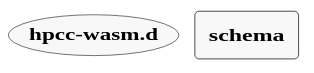
Earlier version of the PlantUML export dist/arkit.svg (dyatko/arkit).
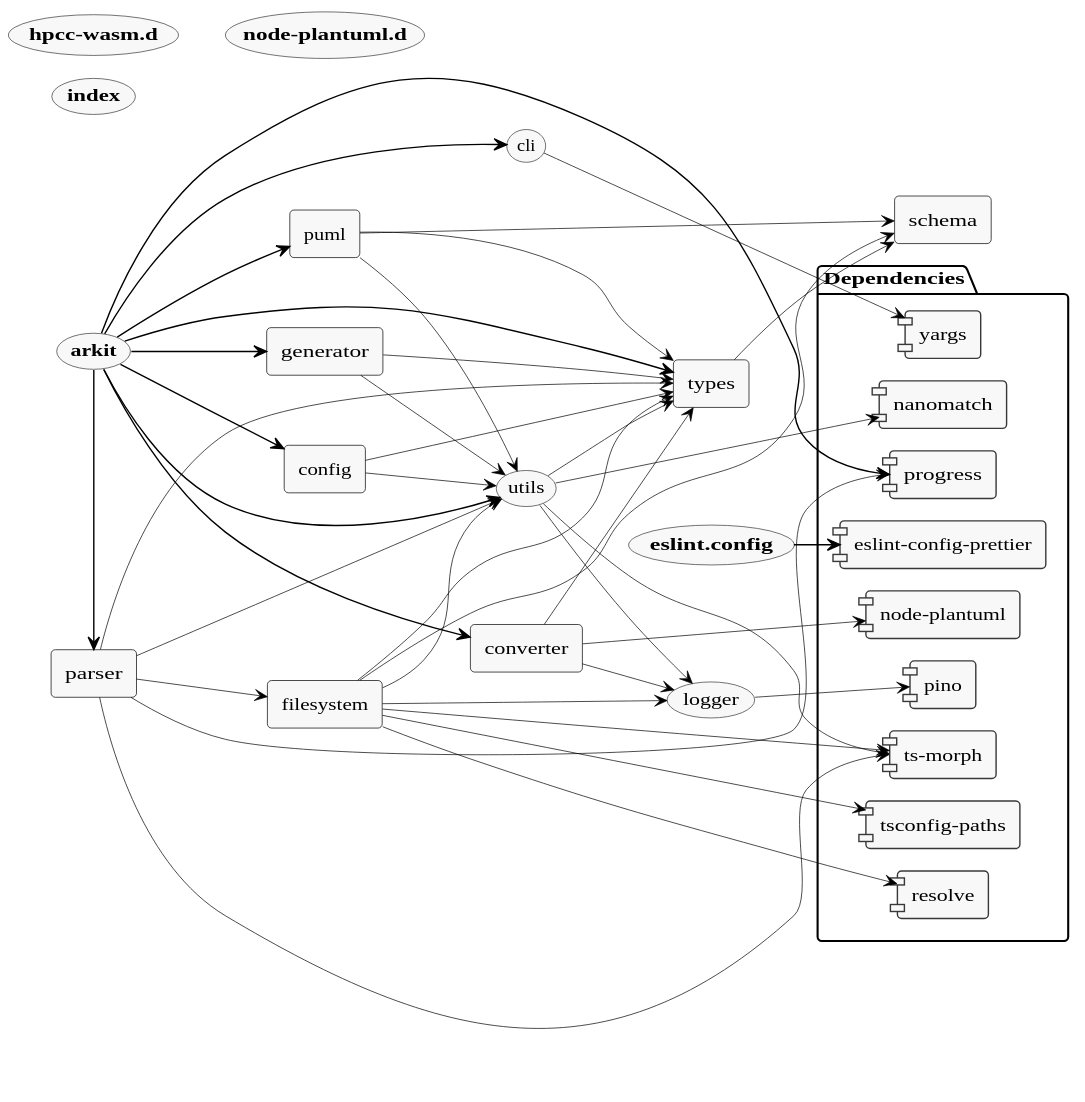
After the change.

What changed in the source:
```diff
@@ -1,10 +1,10 @@
 @startuml
 
 scale max 1920 width
-top to bottom direction
+left to right direction
 
-skinparam nodesep 11
-skinparam ranksep 21
+skinparam nodesep 16
+skinparam ranksep 33
 skinparam monochrome true
 skinparam shadowing false
 skinparam defaultFontName Tahoma
@@ -28,9 +28,73 @@
 }
 
 
+(<b>arkit</b>)
+(cli)
+rectangle "config" as _config
+rectangle "converter" as _converter
+(<b>eslint.config</b>)
+rectangle "filesystem" as _filesystem
+rectangle "generator" as _generator
 (<b>hpcc-wasm.d</b>)
-rectangle "<b>schema</b>" as _schema
+(<b>index</b>)
+(logger)
+(<b>node-plantuml.d</b>)
+rectangle "parser" as _parser
+rectangle "puml" as _puml
+rectangle "schema" as _schema
+rectangle "types" as _types
+(utils)
 
+package "Dependencies" {
+  [eslint-config-prettier]
+  [nanomatch]
+  [node-plantuml]
+  [pino]
+  [progress]
+  [resolve]
+  [ts-morph]
+  [tsconfig-paths]
+  [yargs]
+}
 
+(<b>arkit</b>) -[thickness=1]> (cli)
+(<b>arkit</b>) -[thickness=1]> _config
+(<b>arkit</b>) -[thickness=1]> _converter
+(<b>arkit</b>) -[thickness=1]> _generator
+(<b>arkit</b>) -[thickness=1]> _parser
+(<b>arkit</b>) ---[thickness=1]> [progress]
+(<b>arkit</b>) -[thickness=1]> _puml
+(<b>arkit</b>) -[thickness=1]> _types
+(<b>arkit</b>) -[thickness=1]> (utils)
+(cli) ---> [yargs]
+_config --> _types
+_config --> (utils)
+_converter --> (logger)
+_converter ---> [node-plantuml]
+_converter --> _types
+(<b>eslint.config</b>) --[thickness=1]> [eslint-config-prettier]
+_filesystem --> (logger)
+_filesystem ---> [resolve]
+_filesystem --> _schema
+_filesystem ---> [ts-morph]
+_filesystem ---> [tsconfig-paths]
+_filesystem --> _types
+_filesystem --> (utils)
+_generator --> _types
+_generator --> (utils)
+(logger) ---> [pino]
+_parser --> _filesystem
+_parser ---> [progress]
+_parser ---> [ts-morph]
+_parser --> _types
+_parser --> (utils)
+_puml --> _schema
+_puml --> _types
+_puml --> (utils)
+_types --> _schema
+(utils) --> (logger)
+(utils) ---> [nanomatch]
+(utils) ---> [ts-morph]
+(utils) --> _types
 
 @enduml
```
